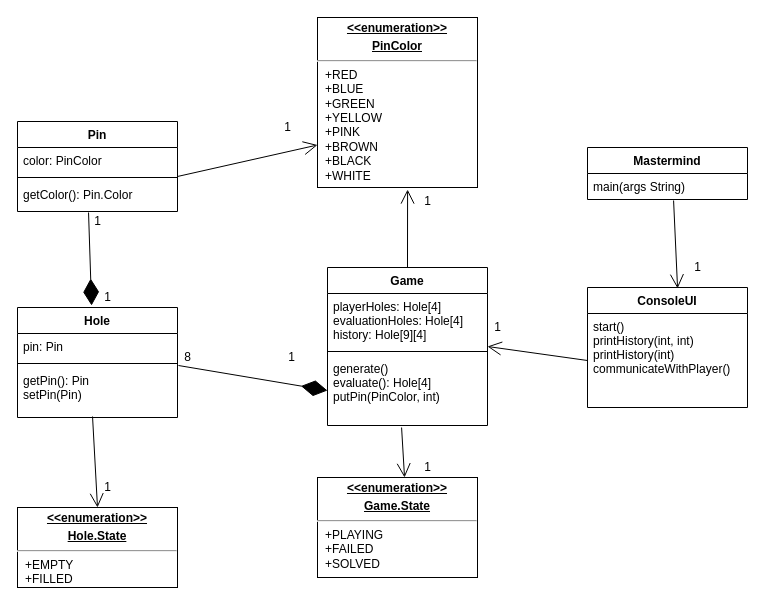
RichardPastircak/Java keeps this draw.io diagram as other data/Mastermind.drawio. Above is the earlier version. Source tidied: cells renumbered, new cells numbered last; positions are measured from the earlier drawing's top-left corner, leaving out a move shared by most shapes. Both pictures are drawn from the tidied source at 100%, with x=0, y=0 at pixel (17, 17).
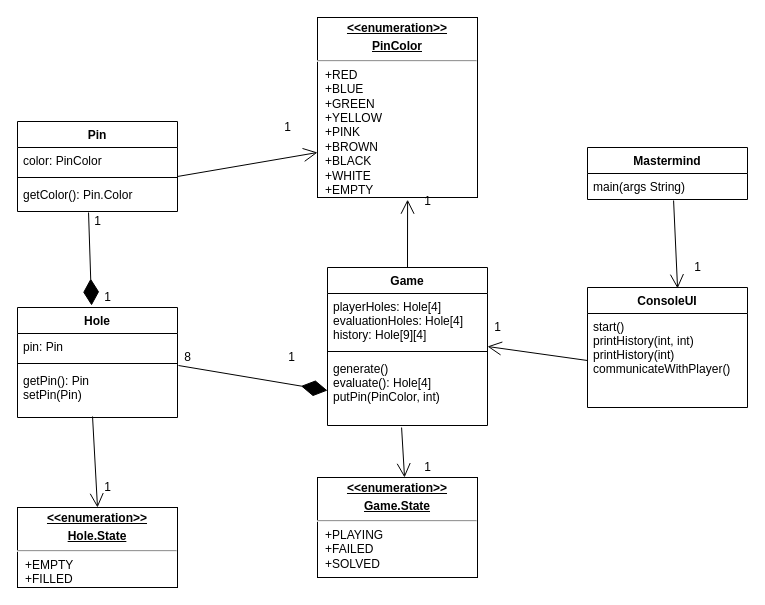
After the change.

Change to the diagram source:
```diff
@@
-    <mxCell id="2" value="&lt;p style=&quot;margin: 0px ; margin-top: 4px ; text-align: center ; text-decoration: underline&quot;&gt;&lt;b&gt;&amp;lt;&amp;lt;enumeration&amp;gt;&amp;gt;&lt;br&gt;&lt;/b&gt;&lt;/p&gt;&lt;p style=&quot;margin: 0px ; margin-top: 4px ; text-align: center ; text-decoration: underline&quot;&gt;&lt;b&gt;PinColor&lt;/b&gt;&lt;/p&gt;&lt;hr&gt;&lt;p style=&quot;margin: 0px ; margin-left: 8px&quot;&gt;+RED&lt;/p&gt;&lt;p style=&quot;margin: 0px ; margin-left: 8px&quot;&gt;+BLUE&lt;br&gt;&lt;/p&gt;&lt;p style=&quot;margin: 0px ; margin-left: 8px&quot;&gt;+GREEN&lt;/p&gt;&lt;p style=&quot;margin: 0px ; margin-left: 8px&quot;&gt;+YELLOW&lt;/p&gt;&lt;p style=&quot;margin: 0px ; margin-left: 8px&quot;&gt;+PINK&lt;/p&gt;&lt;p style=&quot;margin: 0px ; margin-left: 8px&quot;&gt;+BROWN&lt;/p&gt;&lt;p style=&quot;margin: 0px ; margin-left: 8px&quot;&gt;+BLACK&lt;/p&gt;&lt;p style=&quot;margin: 0px ; margin-left: 8px&quot;&gt;+WHITE&lt;/p&gt;" style="verticalAlign=top;align=left;overflow=fill;fontSize=12;fontFamily=Helvetica;html=1;" parent="1" vertex="1">
-      <mxGeometry x="300" width="160" height="170" as="geometry" />
+    <mxCell id="2" value="&lt;p style=&quot;margin: 0px ; margin-top: 4px ; text-align: center ; text-decoration: underline&quot;&gt;&lt;b&gt;&amp;lt;&amp;lt;enumeration&amp;gt;&amp;gt;&lt;br&gt;&lt;/b&gt;&lt;/p&gt;&lt;p style=&quot;margin: 0px ; margin-top: 4px ; text-align: center ; text-decoration: underline&quot;&gt;&lt;b&gt;PinColor&lt;/b&gt;&lt;/p&gt;&lt;hr&gt;&lt;p style=&quot;margin: 0px ; margin-left: 8px&quot;&gt;+RED&lt;/p&gt;&lt;p style=&quot;margin: 0px ; margin-left: 8px&quot;&gt;+BLUE&lt;br&gt;&lt;/p&gt;&lt;p style=&quot;margin: 0px ; margin-left: 8px&quot;&gt;+GREEN&lt;/p&gt;&lt;p style=&quot;margin: 0px ; margin-left: 8px&quot;&gt;+YELLOW&lt;/p&gt;&lt;p style=&quot;margin: 0px ; margin-left: 8px&quot;&gt;+PINK&lt;/p&gt;&lt;p style=&quot;margin: 0px ; margin-left: 8px&quot;&gt;+BROWN&lt;/p&gt;&lt;p style=&quot;margin: 0px ; margin-left: 8px&quot;&gt;+BLACK&lt;/p&gt;&lt;p style=&quot;margin: 0px ; margin-left: 8px&quot;&gt;+WHITE&lt;br&gt;+EMPTY&lt;br&gt;&lt;/p&gt;" style="verticalAlign=top;align=left;overflow=fill;fontSize=12;fontFamily=Helvetica;html=1;" parent="1" vertex="1">
+      <mxGeometry x="300" width="160" height="180" as="geometry" />
     </mxCell>
```
